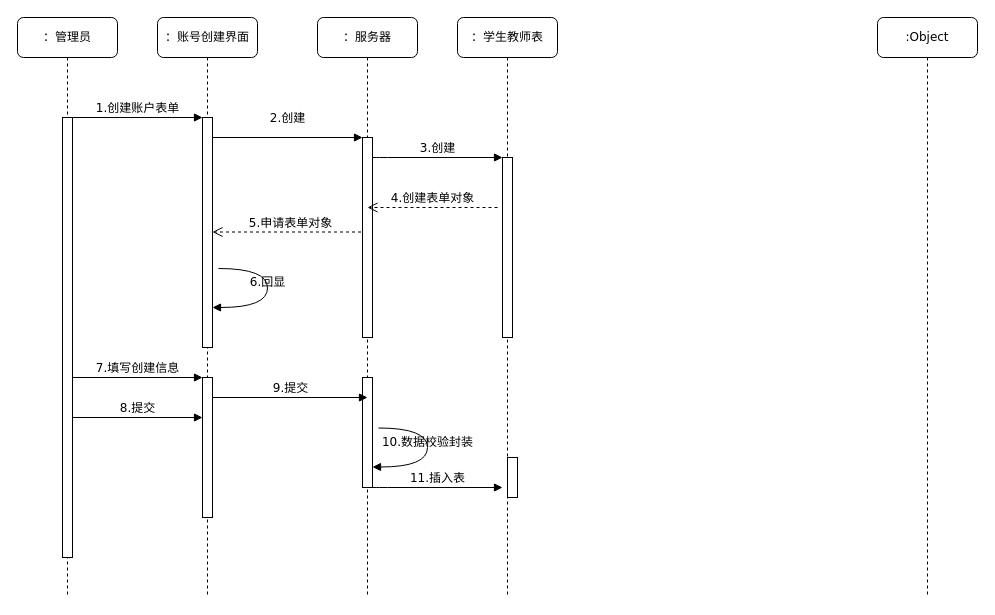
The draw.io diagram 账户创建系统对象交互模型.drawio in GrandeLai/StudentManagerUML, before the edit. Source tidied: cells renumbered, new cells numbered last; positions are measured from the earlier drawing's top-left corner, leaving out a move shared by most shapes. Both pictures are drawn from the tidied source at 100%, with x=0, y=0 at pixel (17, 17).
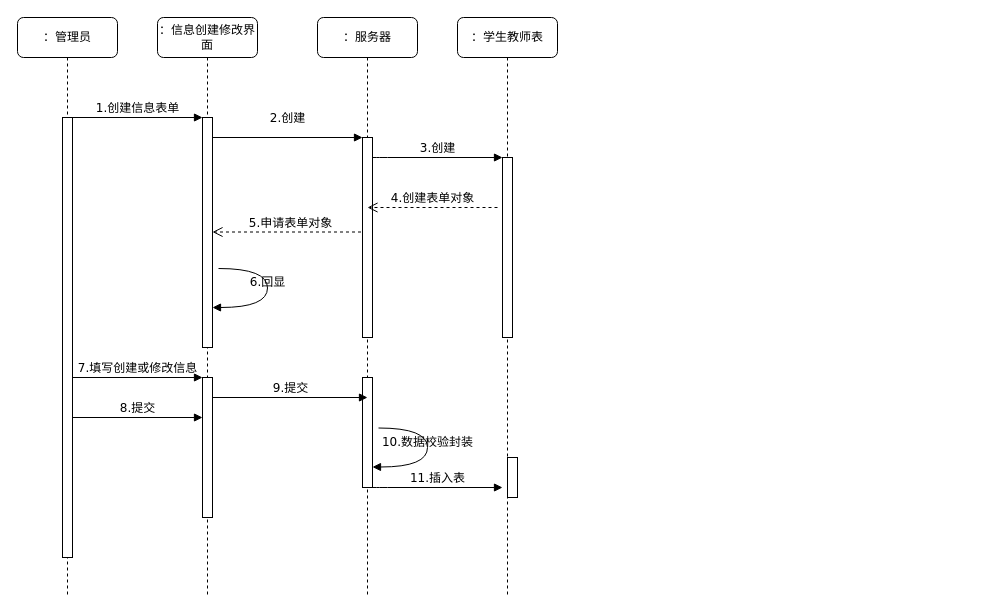
The same diagram, later.

Commit message:
更新账户创建系统对象交互模型.drawio

Unchanged cells that the change refers to:
```xml
<mxCell id="3" style="html=1;points=[];perimeter=orthogonalPerimeter;rounded=0;shadow=0;comic=0;labelBackgroundColor=none;strokeWidth=1;fontFamily=Verdana;fontSize=12;align=center;" parent="2" vertex="1">
  <mxGeometry x="45" y="100" width="10" height="230" as="geometry" />
</mxCell>
<mxCell id="6" style="html=1;points=[];perimeter=orthogonalPerimeter;rounded=0;shadow=0;comic=0;labelBackgroundColor=none;strokeWidth=1;fontFamily=Verdana;fontSize=12;align=center;" parent="2" vertex="1">
  <mxGeometry x="45" y="360" width="10" height="140" as="geometry" />
</mxCell>
<mxCell id="15" style="html=1;points=[];perimeter=orthogonalPerimeter;rounded=0;shadow=0;comic=0;labelBackgroundColor=none;strokeWidth=1;fontFamily=Verdana;fontSize=12;align=center;" parent="14" vertex="1">
  <mxGeometry x="45" y="100" width="10" height="440" as="geometry" />
</mxCell>
```

The edit, as a diff of the source:
```diff
@@
-    <mxCell id="2" value="：账号创建界面" style="shape=umlLifeline;perimeter=lifelinePerimeter;whiteSpace=wrap;html=1;rounded=1;shadow=0;comic=0;labelBackgroundColor=none;strokeWidth=1;fontFamily=Verdana;fontSize=12;align=center;" parent="1" vertex="1">
+    <mxCell id="2" value="：信息创建修改界面" style="shape=umlLifeline;perimeter=lifelinePerimeter;whiteSpace=wrap;html=1;rounded=1;shadow=0;comic=0;labelBackgroundColor=none;strokeWidth=1;fontFamily=Verdana;fontSize=12;align=center;" parent="1" vertex="1">
       <mxGeometry x="140" width="100" height="580" as="geometry" />
     </mxCell>
@@
-    <mxCell id="13" value=":Object" style="shape=umlLifeline;perimeter=lifelinePerimeter;whiteSpace=wrap;html=1;rounded=1;shadow=0;comic=0;labelBackgroundColor=none;strokeWidth=1;fontFamily=Verdana;fontSize=12;align=center;" parent="1" vertex="1">
-      <mxGeometry x="860" width="100" height="580" as="geometry" />
-    </mxCell>
@@
-    <mxCell id="18" value="7.填写创建信息" style="html=1;verticalAlign=bottom;endArrow=block;entryX=0;entryY=0;labelBackgroundColor=none;fontFamily=Verdana;fontSize=12;" parent="1" edge="1" source="15" target="6">
+    <mxCell id="18" value="7.填写创建或修改信息" style="html=1;verticalAlign=bottom;endArrow=block;entryX=0;entryY=0;labelBackgroundColor=none;fontFamily=Verdana;fontSize=12;" parent="1" edge="1" source="15" target="6">
       <mxGeometry relative="1" as="geometry" />
     </mxCell>
@@
-    <mxCell id="20" value="1.创建账户表单" style="html=1;verticalAlign=bottom;endArrow=block;entryX=0;entryY=0;labelBackgroundColor=none;fontFamily=Verdana;fontSize=12;edgeStyle=elbowEdgeStyle;elbow=vertical;" parent="1" edge="1" source="15" target="3">
+    <mxCell id="20" value="1.创建信息表单" style="html=1;verticalAlign=bottom;endArrow=block;entryX=0;entryY=0;labelBackgroundColor=none;fontFamily=Verdana;fontSize=12;edgeStyle=elbowEdgeStyle;elbow=vertical;" parent="1" edge="1" source="15" target="3">
       <mxGeometry relative="1" as="geometry" />
     </mxCell>
```
